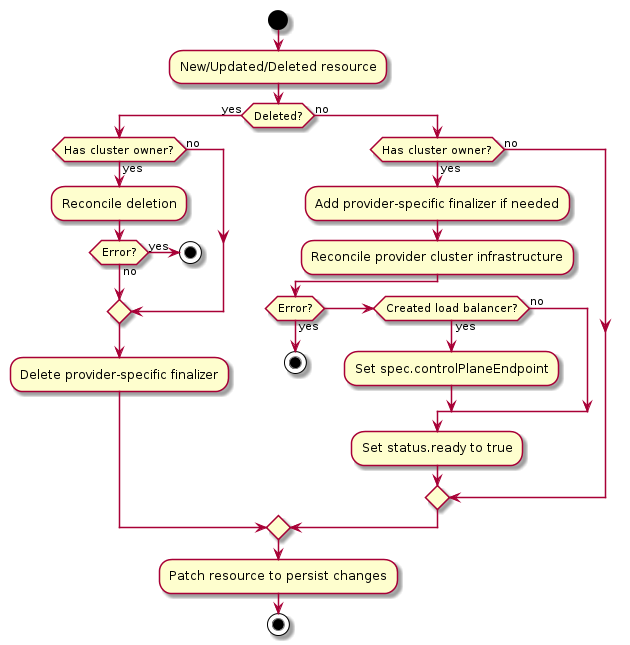
Before: docs/book/src/images/cluster-infra-provider.png, a diagram exported from PlantUML (kubernetes-sigs/cluster-api).
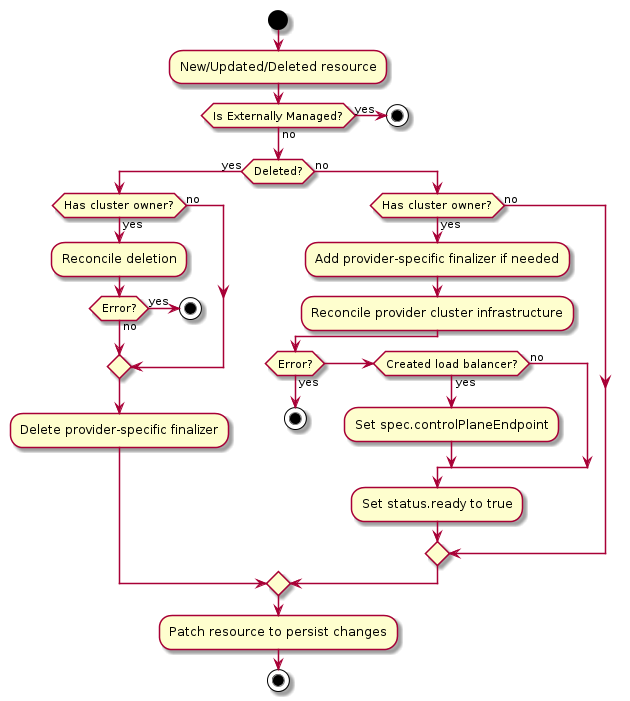
The same file after the commit.

Commit message:
Add externally managed annotation and predicate

What changed in the source:
```diff
@@ -4,6 +4,10 @@
 
 :New/Updated/Deleted resource;
 
+if (Is Externally Managed?) then (yes)
+    stop
+  else (no)
+  endif
 if (Deleted?) then (yes)
     if (Has cluster owner?) then (yes)
         :Reconcile deletion;
```
